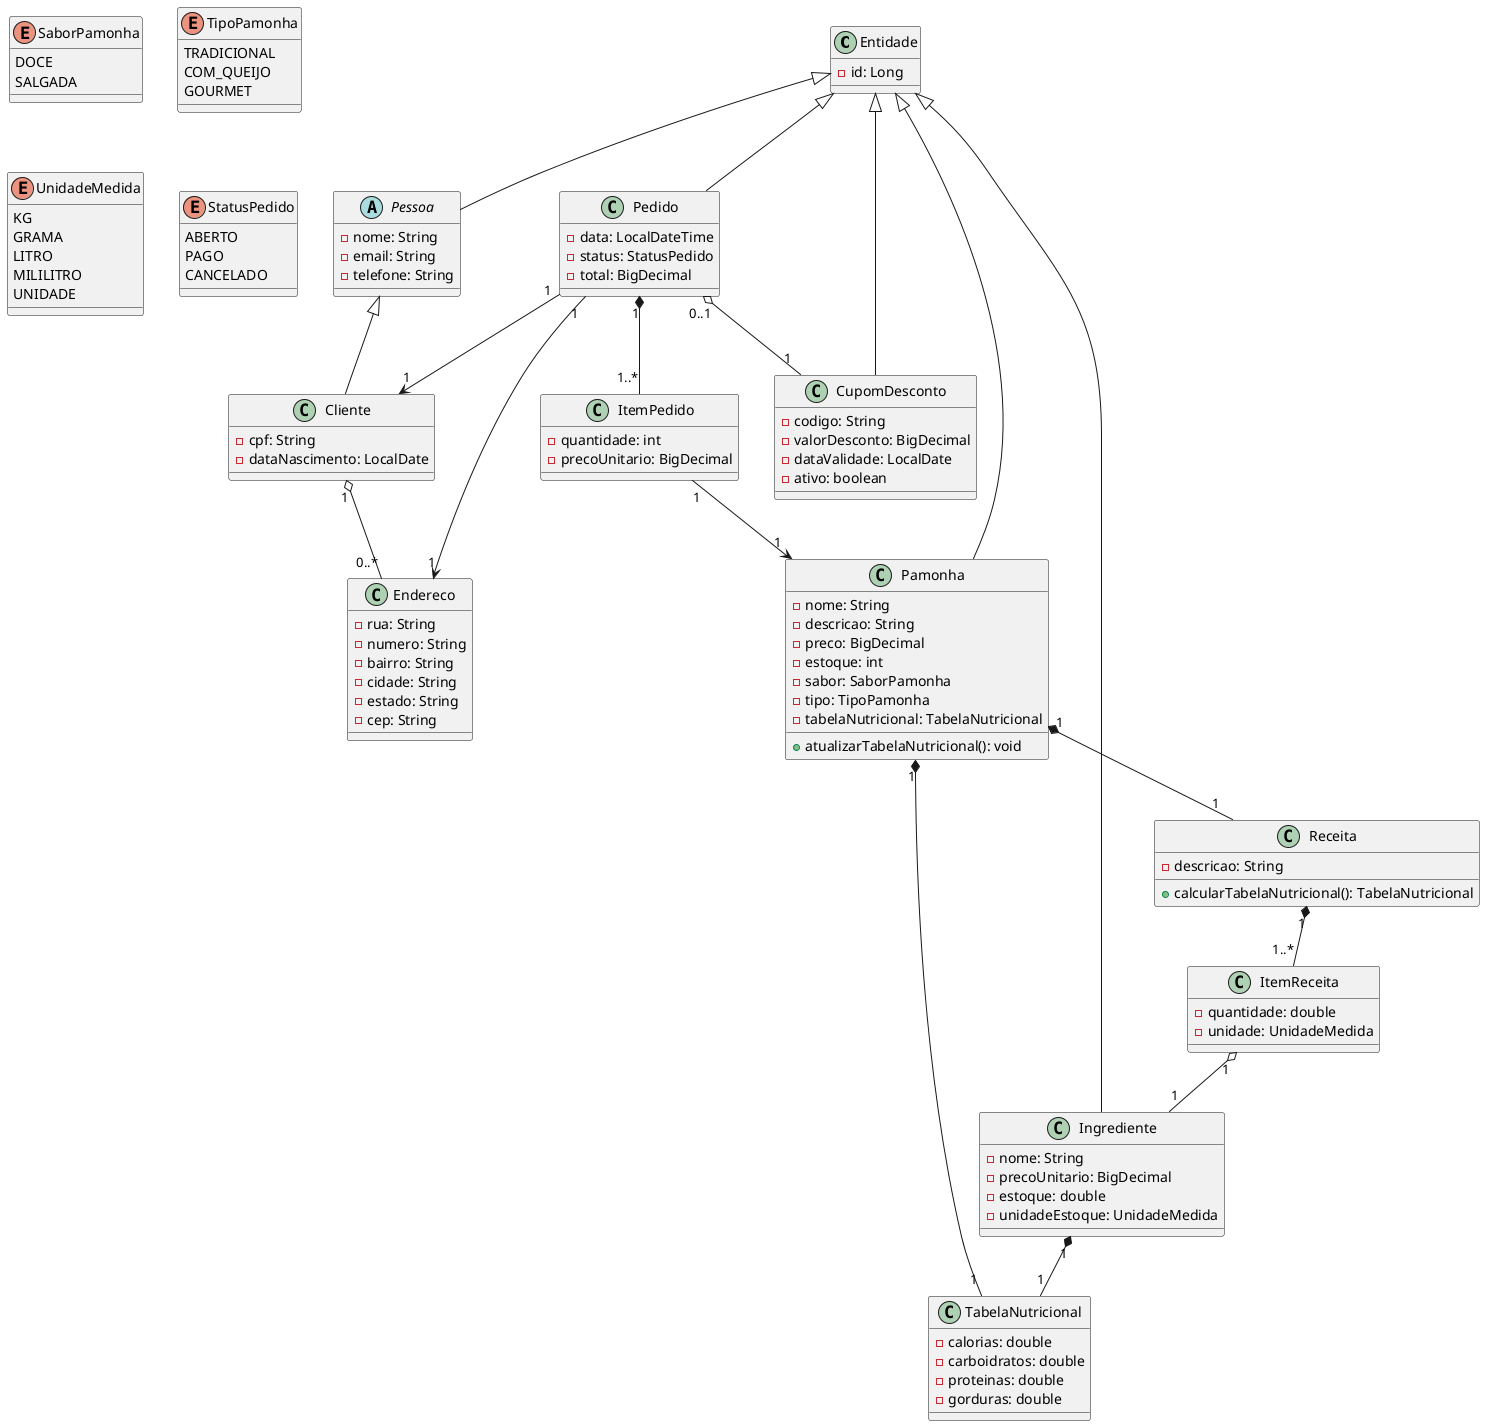
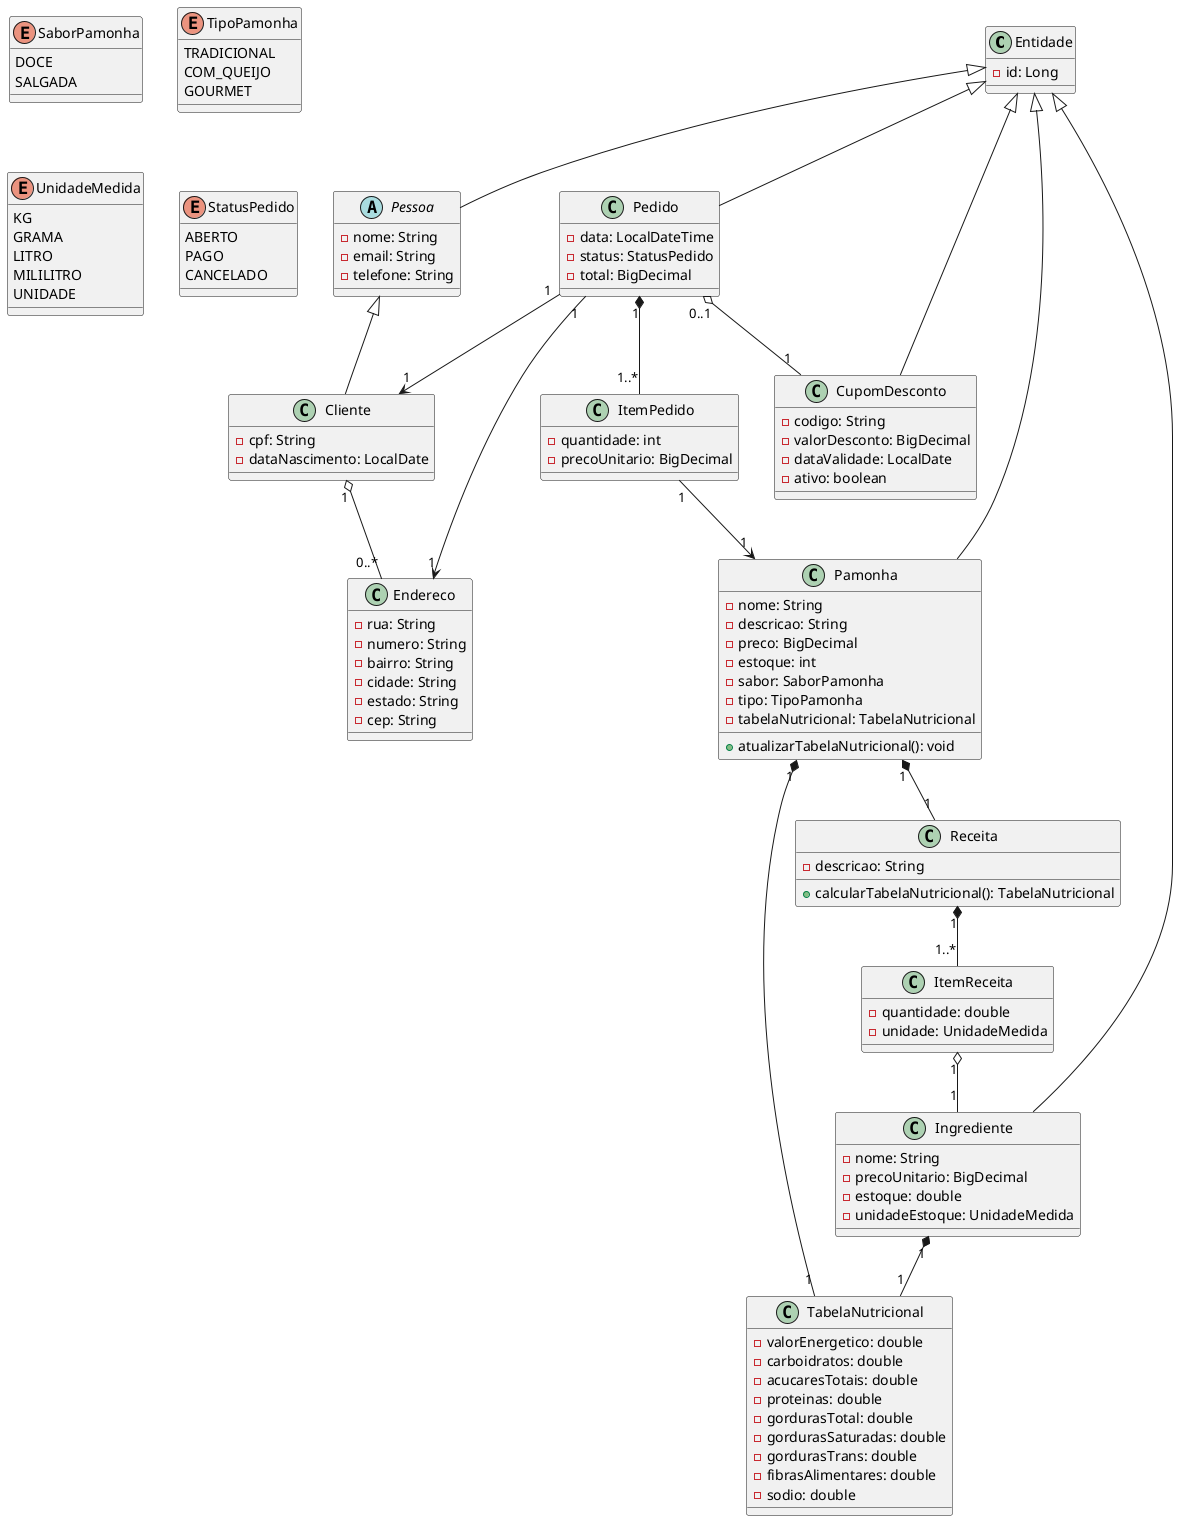
@startuml diagramaDeClasses

'========================
' BASE
'========================
class Entidade {
  -id: Long
}

'========================
' PESSOA / CLIENTE
'========================
abstract class Pessoa {
  -nome: String
  -email: String
  -telefone: String
}

Entidade <|-- Pessoa

class Cliente {
  -cpf: String
  -dataNascimento: LocalDate
}

Pessoa <|-- Cliente

class Endereco {
  -rua: String
  -numero: String
  -bairro: String
  -cidade: String
  -estado: String
  -cep: String
}

Cliente "1" o-- "0..*" Endereco

'========================
' ENUMS
'========================
enum SaborPamonha {
  DOCE
  SALGADA
}

enum TipoPamonha {
  TRADICIONAL
  COM_QUEIJO
  GOURMET
}

enum UnidadeMedida {
  KG
  GRAMA
  LITRO
  MILILITRO
  UNIDADE
}

enum StatusPedido {
  ABERTO
  PAGO
  CANCELADO
}

'========================
' PAMONHA
'========================
class Pamonha {
  -nome: String
  -descricao: String
  -preco: BigDecimal
  -estoque: int
  -sabor: SaborPamonha
  -tipo: TipoPamonha
  -tabelaNutricional: TabelaNutricional

  +atualizarTabelaNutricional(): void
}

Entidade <|-- Pamonha

'========================
' RECEITA
'========================
class Receita {
  -descricao: String

  +calcularTabelaNutricional(): TabelaNutricional
}

Pamonha "1" *-- "1" Receita

class ItemReceita {
  -quantidade: double
  -unidade: UnidadeMedida
}

Receita "1" *-- "1..*" ItemReceita

'========================
' INGREDIENTE
'========================
class Ingrediente {
  -nome: String
  -precoUnitario: BigDecimal
  -estoque: double
  -unidadeEstoque: UnidadeMedida
}

Entidade <|-- Ingrediente

ItemReceita "1" o-- "1" Ingrediente

'========================
' TABELA NUTRICIONAL
'========================
class TabelaNutricional {
-   -calorias: double
+   -valorEnergetico: double
  -carboidratos: double
+   -acucaresTotais: double
  -proteinas: double
-   -gorduras: double
+   -gordurasTotal: double
+   -gordurasSaturadas: double
+   -gordurasTrans: double
+   -fibrasAlimentares: double
+   -sodio: double
}

Ingrediente "1" *-- "1" TabelaNutricional
Pamonha "1" *-- "1" TabelaNutricional

'========================
' CUPOM
'========================
class CupomDesconto {
  -codigo: String
  -valorDesconto: BigDecimal
  -dataValidade: LocalDate
  -ativo: boolean
}

Entidade <|-- CupomDesconto

'========================
' PEDIDO
'========================
class Pedido {
  -data: LocalDateTime
  -status: StatusPedido
  -total: BigDecimal
}

Entidade <|-- Pedido

Pedido "1" --> "1" Cliente
Pedido "1" --> "1" Endereco
Pedido "0..1" o-- "1" CupomDesconto

class ItemPedido {
  -quantidade: int
  -precoUnitario: BigDecimal
}

Pedido "1" *-- "1..*" ItemPedido
ItemPedido "1" --> "1" Pamonha

@enduml